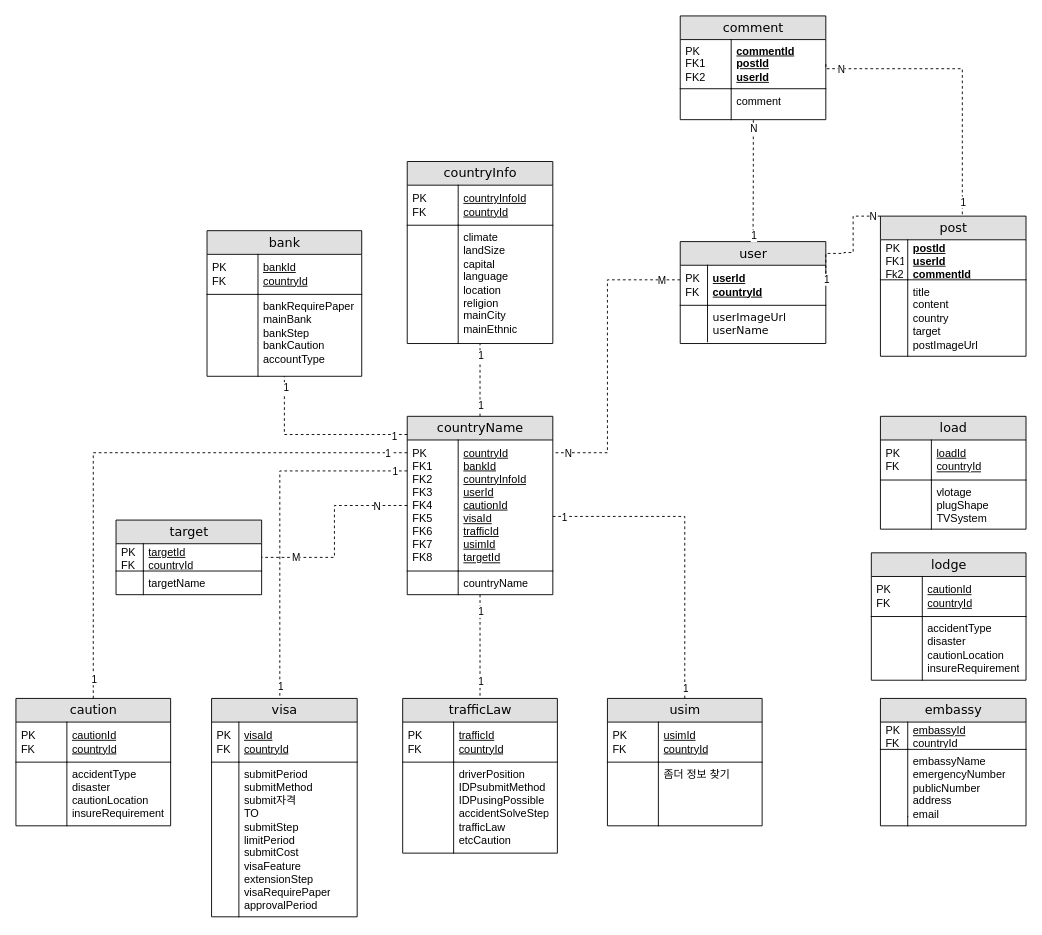
Earlier version of the draw.io diagram ERD.drawio (qwe1234k/finalProjectERD). Source tidied: cells renumbered, new cells numbered last; positions are measured from the earlier drawing's top-left corner, leaving out a move shared by most shapes. Both pictures are drawn from the tidied source at 91%, with x=0, y=0 at pixel (15, 15).
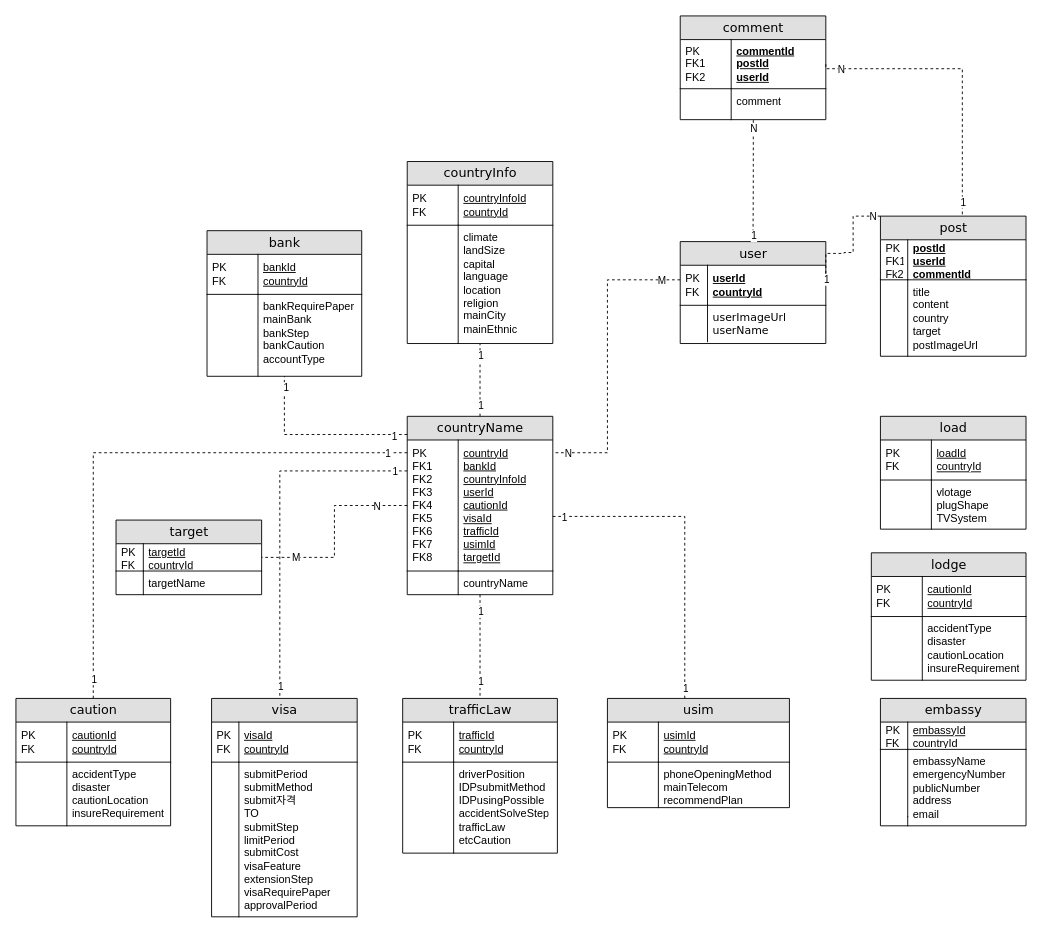
After the change.

Diff of the diagram source:
```diff
@@
     <mxCell id="59" value="usim" style="swimlane;html=1;fontStyle=0;horizontal=1;startSize=26;fillColor=#e0e0e0;swimlaneFillColor=#ffffff;align=center;rounded=0;shadow=0;comic=0;labelBackgroundColor=none;strokeWidth=1;fontFamily=Verdana;fontSize=14;" parent="1" vertex="1">
-      <mxGeometry x="650" y="750" width="170" height="140" as="geometry" />
+      <mxGeometry x="650" y="750" width="200" height="120" as="geometry" />
     </mxCell>
     <mxCell id="60" value="&lt;span style=&quot;font-weight: 400&quot;&gt;usimId&lt;br&gt;countryId&lt;br&gt;&lt;/span&gt;" style="shape=partialRectangle;top=0;left=0;right=0;bottom=1;html=1;align=left;verticalAlign=middle;fillColor=none;spacingLeft=60;spacingRight=4;whiteSpace=wrap;overflow=hidden;fontStyle=5;" parent="59" vertex="1">
-      <mxGeometry y="26" width="170" height="44" as="geometry" />
+      <mxGeometry y="26" width="200" height="44" as="geometry" />
     </mxCell>
@@
-    <mxCell id="62" value="좀더 정보 찾기" style="shape=partialRectangle;top=0;left=0;right=0;bottom=0;html=1;align=left;verticalAlign=top;fillColor=none;spacingLeft=60;spacingRight=4;whiteSpace=wrap;overflow=hidden;" parent="59" vertex="1">
-      <mxGeometry y="70" width="170" height="70" as="geometry" />
+    <mxCell id="62" value="phoneOpeningMethod&lt;br&gt;mainTelecom&lt;br&gt;recommendPlan" style="shape=partialRectangle;top=0;left=0;right=0;bottom=0;html=1;align=left;verticalAlign=top;fillColor=none;spacingLeft=60;spacingRight=4;whiteSpace=wrap;overflow=hidden;" parent="59" vertex="1">
+      <mxGeometry y="70" width="200" height="50" as="geometry" />
     </mxCell>
     <mxCell id="63" style="shape=partialRectangle;top=0;left=0;bottom=0;html=1;fillColor=none;align=left;verticalAlign=top;spacingLeft=4;spacingRight=4;whiteSpace=wrap;overflow=hidden;" parent="62" vertex="1">
-      <mxGeometry width="56" height="70" as="geometry" />
+      <mxGeometry width="56" height="50" as="geometry" />
     </mxCell>
```
